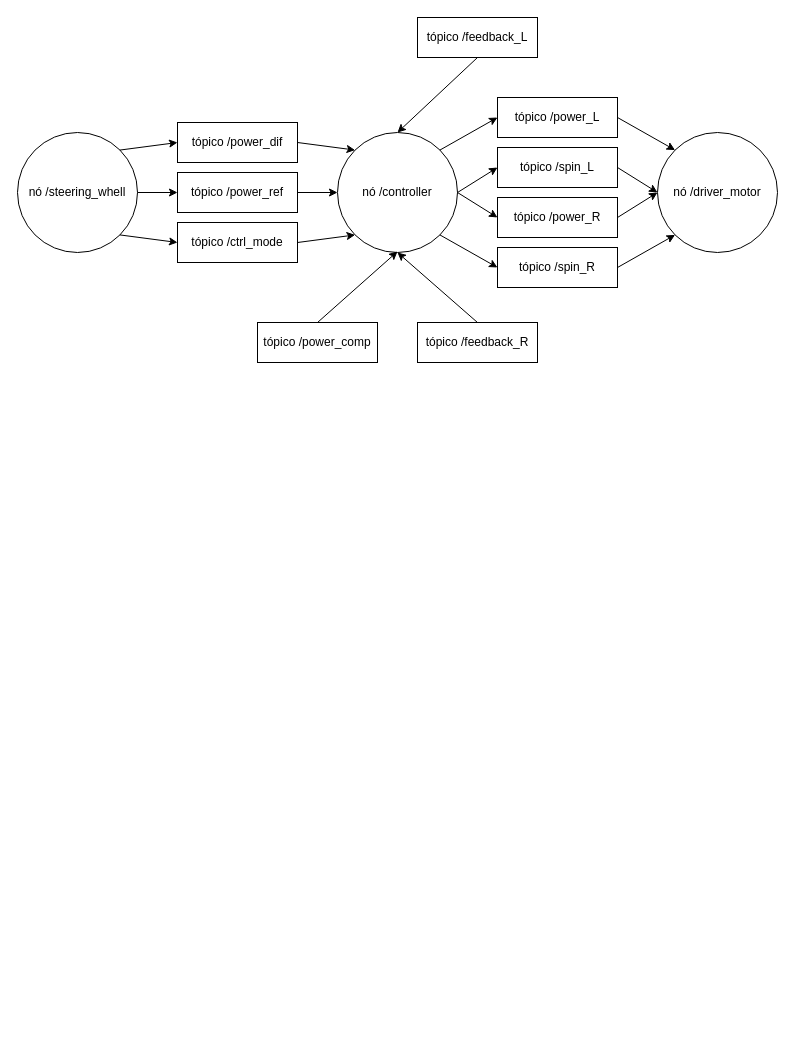
This is diagramas/diagrama_controlador.drawio from bydansouza/ifscTCC, a draw.io file, before an edit. Source tidied: cells renumbered, new cells numbered last; positions are measured from the earlier drawing's top-left corner, leaving out a move shared by most shapes. Both pictures are drawn from the tidied source at 100%, with x=0, y=0 at pixel (17, 17).
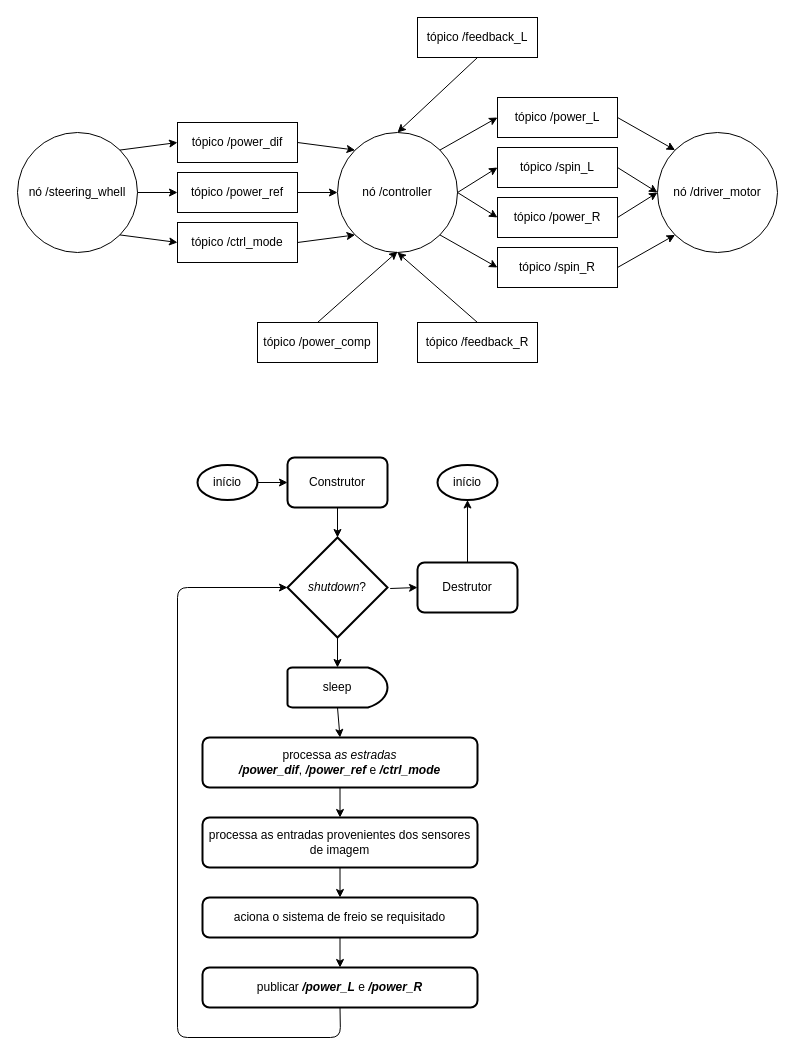
After the change.

Change to the diagram source:
```diff
@@
+    <mxCell id="32" value="sleep" style="strokeWidth=2;html=1;shape=mxgraph.flowchart.delay;whiteSpace=wrap;" parent="1" vertex="1">
+      <mxGeometry x="270" y="650" width="100" height="40" as="geometry" />
+    </mxCell>
+    <mxCell id="33" value="&lt;i&gt;shutdown&lt;/i&gt;?" style="strokeWidth=2;html=1;shape=mxgraph.flowchart.decision;whiteSpace=wrap;" parent="1" vertex="1">
+      <mxGeometry x="270" y="520" width="100" height="100" as="geometry" />
+    </mxCell>
+    <mxCell id="34" value="&lt;div&gt;processa &lt;i&gt;as estradas &lt;br&gt;&lt;/i&gt;&lt;/div&gt;&lt;div&gt;&lt;b&gt;&lt;i&gt;/power_dif&lt;/i&gt;&lt;/b&gt;, &lt;b&gt;&lt;i&gt;/power_ref&lt;/i&gt;&lt;/b&gt; e &lt;b&gt;&lt;i&gt;/ctrl_mode&lt;/i&gt;&lt;/b&gt;&lt;/div&gt;" style="rounded=1;whiteSpace=wrap;html=1;absoluteArcSize=1;arcSize=14;strokeWidth=2;" parent="1" vertex="1">
+      <mxGeometry x="185" y="720" width="275" height="50" as="geometry" />
+    </mxCell>
+    <mxCell id="35" value="processa as entradas provenientes dos sensores de imagem" style="rounded=1;whiteSpace=wrap;html=1;absoluteArcSize=1;arcSize=14;strokeWidth=2;" parent="1" vertex="1">
+      <mxGeometry x="185" y="800" width="275" height="50" as="geometry" />
+    </mxCell>
+    <mxCell id="36" value="publicar &lt;i&gt;&lt;b&gt;/power_L&lt;/b&gt;&lt;/i&gt; e &lt;b&gt;&lt;i&gt;/power_R&lt;/i&gt;&lt;/b&gt;" style="rounded=1;whiteSpace=wrap;html=1;absoluteArcSize=1;arcSize=14;strokeWidth=2;" parent="1" vertex="1">
+      <mxGeometry x="185" y="950" width="275" height="40" as="geometry" />
+    </mxCell>
+    <mxCell id="37" value="aciona o sistema de freio se requisitado" style="rounded=1;whiteSpace=wrap;html=1;absoluteArcSize=1;arcSize=14;strokeWidth=2;" parent="1" vertex="1">
+      <mxGeometry x="185" y="880" width="275" height="40" as="geometry" />
+    </mxCell>
+    <mxCell id="38" value="Construtor&lt;i&gt;&lt;b&gt;&lt;br&gt;&lt;/b&gt;&lt;/i&gt;" style="rounded=1;whiteSpace=wrap;html=1;absoluteArcSize=1;arcSize=14;strokeWidth=2;" parent="1" vertex="1">
+      <mxGeometry x="270" y="440" width="100" height="50" as="geometry" />
+    </mxCell>
+    <mxCell id="39" value="Destrutor" style="rounded=1;whiteSpace=wrap;html=1;absoluteArcSize=1;arcSize=14;strokeWidth=2;" parent="1" vertex="1">
+      <mxGeometry x="400" y="545" width="100" height="50" as="geometry" />
+    </mxCell>
+    <mxCell id="40" value="início" style="strokeWidth=2;html=1;shape=mxgraph.flowchart.start_1;whiteSpace=wrap;" parent="1" vertex="1">
+      <mxGeometry x="180" y="447.5" width="60" height="35" as="geometry" />
+    </mxCell>
+    <mxCell id="41" value="início" style="strokeWidth=2;html=1;shape=mxgraph.flowchart.start_1;whiteSpace=wrap;" parent="1" vertex="1">
+      <mxGeometry x="420" y="447.5" width="60" height="35" as="geometry" />
+    </mxCell>
+    <mxCell id="42" style="endArrow=classic;html=1;entryX=0;entryY=0.5;entryDx=0;entryDy=0;exitX=1;exitY=0.5;exitDx=0;exitDy=0;exitPerimeter=0;" parent="1" edge="1" source="40" target="38">
+      <mxGeometry relative="1" as="geometry" />
+    </mxCell>
+    <mxCell id="43" style="endArrow=classic;html=1;entryX=0.5;entryY=0;entryDx=0;entryDy=0;entryPerimeter=0;exitX=0.5;exitY=1;exitDx=0;exitDy=0;" parent="1" edge="1" source="38" target="33">
+      <mxGeometry relative="1" as="geometry" />
+    </mxCell>
+    <mxCell id="44" style="endArrow=classic;html=1;entryX=0.5;entryY=0;entryDx=0;entryDy=0;entryPerimeter=0;exitX=0.5;exitY=1;exitDx=0;exitDy=0;exitPerimeter=0;" parent="1" edge="1" source="33" target="32">
+      <mxGeometry relative="1" as="geometry" />
+    </mxCell>
+    <mxCell id="45" style="endArrow=classic;html=1;entryX=0.5;entryY=0;entryDx=0;entryDy=0;exitX=0.5;exitY=1;exitDx=0;exitDy=0;exitPerimeter=0;" parent="1" edge="1" source="32" target="34">
+      <mxGeometry relative="1" as="geometry" />
+    </mxCell>
+    <mxCell id="46" style="endArrow=classic;html=1;entryX=0.5;entryY=0;entryDx=0;entryDy=0;exitX=0.5;exitY=1;exitDx=0;exitDy=0;" parent="1" edge="1" source="34" target="35">
+      <mxGeometry relative="1" as="geometry" />
+    </mxCell>
+    <mxCell id="47" style="endArrow=classic;html=1;entryX=0.5;entryY=0;entryDx=0;entryDy=0;exitX=0.5;exitY=1;exitDx=0;exitDy=0;" parent="1" edge="1" source="35" target="37">
+      <mxGeometry relative="1" as="geometry" />
+    </mxCell>
+    <mxCell id="48" style="endArrow=classic;html=1;entryX=0.5;entryY=0;entryDx=0;entryDy=0;exitX=0.5;exitY=1;exitDx=0;exitDy=0;" parent="1" edge="1" source="37" target="36">
+      <mxGeometry relative="1" as="geometry" />
+    </mxCell>
+    <mxCell id="49" style="endArrow=classic;html=1;exitX=1.027;exitY=0.51;exitDx=0;exitDy=0;exitPerimeter=0;" parent="1" edge="1" source="33">
+      <mxGeometry relative="1" as="geometry">
+        <mxPoint x="400" y="570" as="targetPoint" />
+      </mxGeometry>
+    </mxCell>
+    <mxCell id="50" style="endArrow=classic;html=1;entryX=0.5;entryY=1;entryDx=0;entryDy=0;entryPerimeter=0;exitX=0.5;exitY=0;exitDx=0;exitDy=0;" parent="1" edge="1" source="39" target="41">
+      <mxGeometry relative="1" as="geometry" />
+    </mxCell>
+    <mxCell id="51" style="endArrow=classic;html=1;exitX=0.5;exitY=1;exitDx=0;exitDy=0;" parent="1" edge="1" source="36">
+      <mxGeometry relative="1" as="geometry">
+        <mxPoint x="270" y="570" as="targetPoint" />
+        <Array as="points">
+          <mxPoint x="323" y="1020" />
+          <mxPoint x="160" y="1020" />
+          <mxPoint x="160" y="570" />
+        </Array>
+      </mxGeometry>
+    </mxCell>
```
